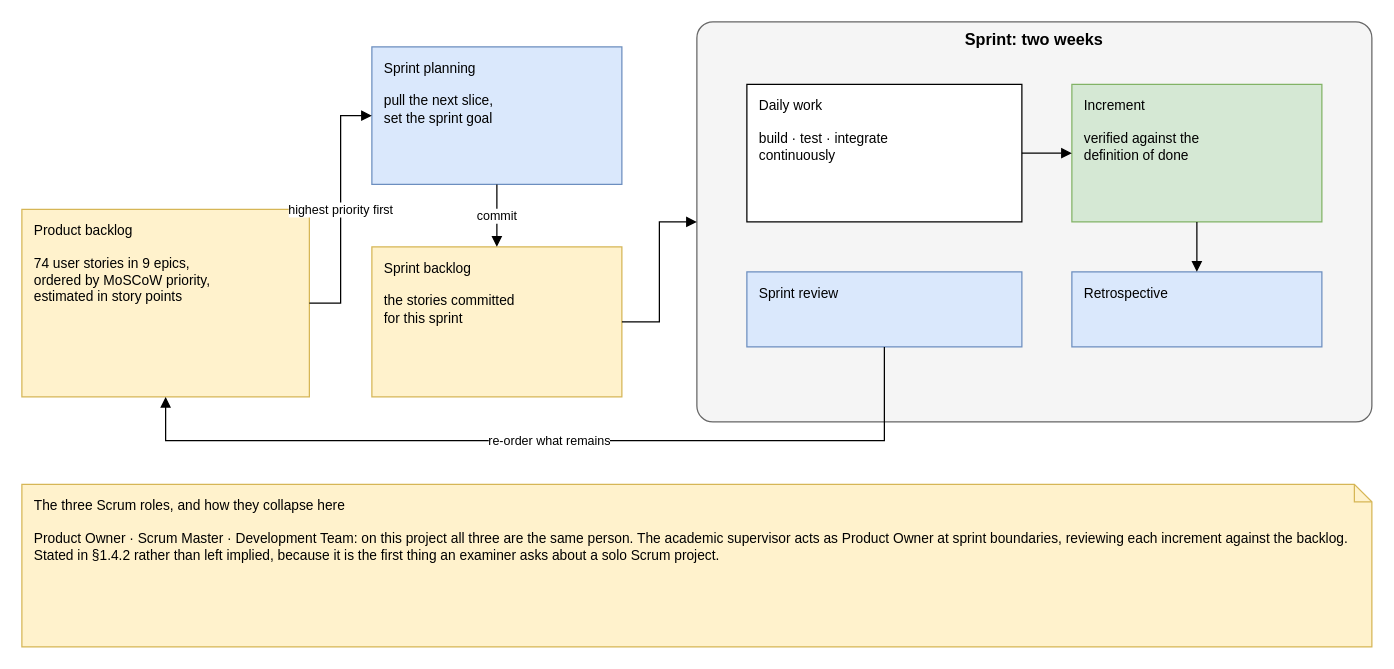
The draw.io diagram diagrams/fig-1-1-scrum-framework/fig-1-1-scrum-framework.drawio in inkwell-dev/spec.inkwell.ai, before the edit. Source tidied: cells renumbered, new cells numbered last; positions are measured from the earlier drawing's top-left corner, leaving out a move shared by most shapes. Both pictures are drawn from the tidied source at 125%, with x=0, y=0 at pixel (21, 21).
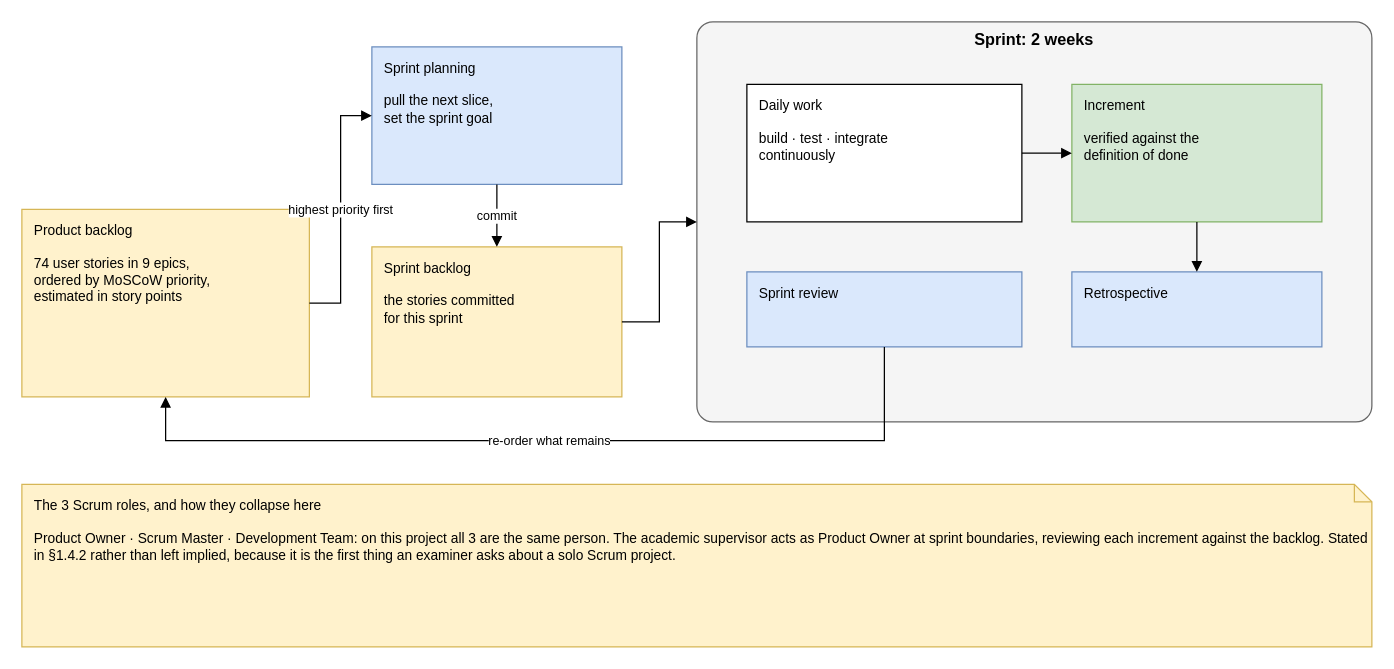
The same page after the edit.

Change to the diagram source:
```diff
@@
 <mxGraphModel>
   <root>
     <mxCell id="0" />
     <mxCell id="1" parent="0" />
     <mxCell id="2" value="Product backlog&lt;br&gt;&lt;br&gt;74 user stories in 9 epics,&lt;br&gt;ordered by MoSCoW priority,&lt;br&gt;estimated in story points" style="rounded=0;whiteSpace=wrap;html=1;verticalAlign=top;align=left;spacingLeft=8;spacingTop=4;fontSize=11;fillColor=#FFF2CC;strokeColor=#D6B656;" parent="1" vertex="1">
       <mxGeometry y="150" width="230" height="150" as="geometry" />
     </mxCell>
     <mxCell id="3" value="Sprint planning&lt;br&gt;&lt;br&gt;pull the next slice,&lt;br&gt;set the sprint goal" style="rounded=0;whiteSpace=wrap;html=1;verticalAlign=top;align=left;spacingLeft=8;spacingTop=4;fontSize=11;fillColor=#DAE8FC;strokeColor=#6C8EBF;" parent="1" vertex="1">
       <mxGeometry x="280" y="20" width="200" height="110" as="geometry" />
     </mxCell>
     <mxCell id="4" value="Sprint backlog&lt;br&gt;&lt;br&gt;the stories committed&lt;br&gt;for this sprint" style="rounded=0;whiteSpace=wrap;html=1;verticalAlign=top;align=left;spacingLeft=8;spacingTop=4;fontSize=11;fillColor=#FFF2CC;strokeColor=#D6B656;" parent="1" vertex="1">
       <mxGeometry x="280" y="180" width="200" height="120" as="geometry" />
     </mxCell>
-    <mxCell id="5" value="Sprint: two weeks" style="rounded=1;whiteSpace=wrap;html=1;verticalAlign=top;fontStyle=1;fontSize=13;arcSize=4;fillColor=#F5F5F5;strokeColor=#666666;" parent="1" vertex="1">
+    <mxCell id="5" value="Sprint: 2 weeks" style="rounded=1;whiteSpace=wrap;html=1;verticalAlign=top;fontStyle=1;fontSize=13;arcSize=4;fillColor=#F5F5F5;strokeColor=#666666;" parent="1" vertex="1">
       <mxGeometry x="540" width="540" height="320" as="geometry" />
     </mxCell>
     <mxCell id="6" value="Daily work&lt;br&gt;&lt;br&gt;build · test · integrate&lt;br&gt;continuously" style="rounded=0;whiteSpace=wrap;html=1;verticalAlign=top;align=left;spacingLeft=8;spacingTop=4;fontSize=11;fillColor=#FFFFFF;strokeColor=#000000;" parent="1" vertex="1">
       <mxGeometry x="580" y="50" width="220" height="110" as="geometry" />
     </mxCell>
     <mxCell id="7" value="Increment&lt;br&gt;&lt;br&gt;verified against the&lt;br&gt;definition of done" style="rounded=0;whiteSpace=wrap;html=1;verticalAlign=top;align=left;spacingLeft=8;spacingTop=4;fontSize=11;fillColor=#D5E8D4;strokeColor=#82B366;" parent="1" vertex="1">
       <mxGeometry x="840" y="50" width="200" height="110" as="geometry" />
     </mxCell>
     <mxCell id="8" value="Sprint review" style="rounded=0;whiteSpace=wrap;html=1;verticalAlign=top;align=left;spacingLeft=8;spacingTop=4;fontSize=11;fillColor=#DAE8FC;strokeColor=#6C8EBF;" parent="1" vertex="1">
       <mxGeometry x="580" y="200" width="220" height="60" as="geometry" />
     </mxCell>
     <mxCell id="9" value="Retrospective" style="rounded=0;whiteSpace=wrap;html=1;verticalAlign=top;align=left;spacingLeft=8;spacingTop=4;fontSize=11;fillColor=#DAE8FC;strokeColor=#6C8EBF;" parent="1" vertex="1">
       <mxGeometry x="840" y="200" width="200" height="60" as="geometry" />
     </mxCell>
-    <mxCell id="10" value="The three Scrum roles, and how they collapse here&lt;br&gt;&lt;br&gt;Product Owner · Scrum Master · Development Team: on this project all three are the same person. The academic supervisor acts as Product Owner at sprint boundaries, reviewing each increment against the backlog. Stated in §1.4.2 rather than left implied, because it is the first thing an examiner asks about a solo Scrum project." style="shape=note;whiteSpace=wrap;html=1;size=14;fontSize=11;align=left;verticalAlign=top;spacingLeft=8;spacingTop=4;fillColor=#FFF2CC;strokeColor=#D6B656;" parent="1" vertex="1">
+    <mxCell id="10" value="The 3 Scrum roles, and how they collapse here&lt;br&gt;&lt;br&gt;Product Owner · Scrum Master · Development Team: on this project all 3 are the same person. The academic supervisor acts as Product Owner at sprint boundaries, reviewing each increment against the backlog. Stated in §1.4.2 rather than left implied, because it is the first thing an examiner asks about a solo Scrum project." style="shape=note;whiteSpace=wrap;html=1;size=14;fontSize=11;align=left;verticalAlign=top;spacingLeft=8;spacingTop=4;fillColor=#FFF2CC;strokeColor=#D6B656;" parent="1" vertex="1">
       <mxGeometry y="370" width="1080" height="130" as="geometry" />
     </mxCell>
     <mxCell id="11" value="highest priority first" style="edgeStyle=orthogonalEdgeStyle;rounded=0;html=1;endArrow=block;endFill=1;fontSize=10;labelBackgroundColor=#FFFFFF;exitX=1;exitY=0.5;exitDx=0;exitDy=0;entryX=0;entryY=0.5;entryDx=0;entryDy=0;" parent="1" edge="1" source="2" target="3">
       <mxGeometry relative="1" as="geometry" />
     </mxCell>
     <mxCell id="12" value="commit" style="edgeStyle=orthogonalEdgeStyle;rounded=0;html=1;endArrow=block;endFill=1;fontSize=10;labelBackgroundColor=#FFFFFF;exitX=0.5;exitY=1;exitDx=0;exitDy=0;entryX=0.5;entryY=0;entryDx=0;entryDy=0;" parent="1" edge="1" source="3" target="4">
       <mxGeometry relative="1" as="geometry" />
     </mxCell>
     <mxCell id="13" style="edgeStyle=orthogonalEdgeStyle;rounded=0;html=1;endArrow=block;endFill=1;fontSize=10;labelBackgroundColor=#FFFFFF;exitX=1;exitY=0.5;exitDx=0;exitDy=0;entryX=0;entryY=0.5;entryDx=0;entryDy=0;" parent="1" edge="1" source="4" target="5">
       <mxGeometry relative="1" as="geometry" />
     </mxCell>
     <mxCell id="14" style="edgeStyle=orthogonalEdgeStyle;rounded=0;html=1;endArrow=block;endFill=1;fontSize=10;labelBackgroundColor=#FFFFFF;exitX=1;exitY=0.5;exitDx=0;exitDy=0;entryX=0;entryY=0.5;entryDx=0;entryDy=0;" parent="1" edge="1" source="6" target="7">
       <mxGeometry relative="1" as="geometry" />
     </mxCell>
     <mxCell id="15" style="edgeStyle=orthogonalEdgeStyle;rounded=0;html=1;endArrow=block;endFill=1;fontSize=10;labelBackgroundColor=#FFFFFF;exitX=0.5;exitY=1;exitDx=0;exitDy=0;entryX=0.5;entryY=0;entryDx=0;entryDy=0;" parent="1" edge="1" source="7" target="9">
       <mxGeometry relative="1" as="geometry" />
     </mxCell>
     <mxCell id="16" value="re-order what remains" style="edgeStyle=orthogonalEdgeStyle;rounded=0;html=1;endArrow=block;endFill=1;fontSize=10;labelBackgroundColor=#FFFFFF;exitX=0.5;exitY=1;exitDx=0;exitDy=0;entryX=0.5;entryY=1;entryDx=0;entryDy=0;" parent="1" edge="1" source="8" target="2">
       <mxGeometry relative="1" as="geometry">
         <Array as="points">
           <mxPoint x="690" y="335" />
           <mxPoint x="115" y="335" />
         </Array>
       </mxGeometry>
     </mxCell>
   </root>
 </mxGraphModel>
```
